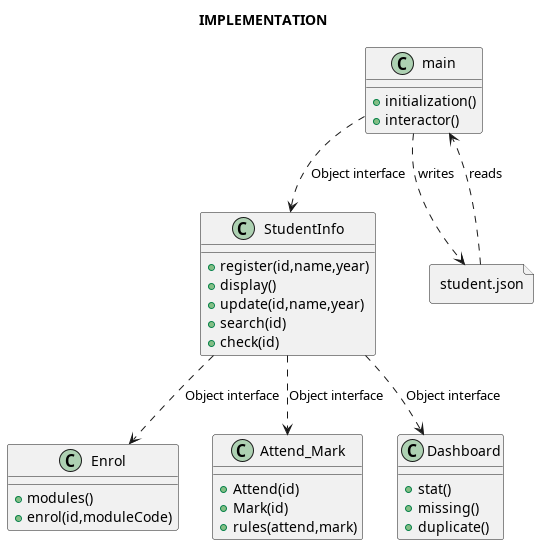
Earlier version of the PlantUML export doc/structure.png (WeiZheng-G/UniversityManagementSystem).
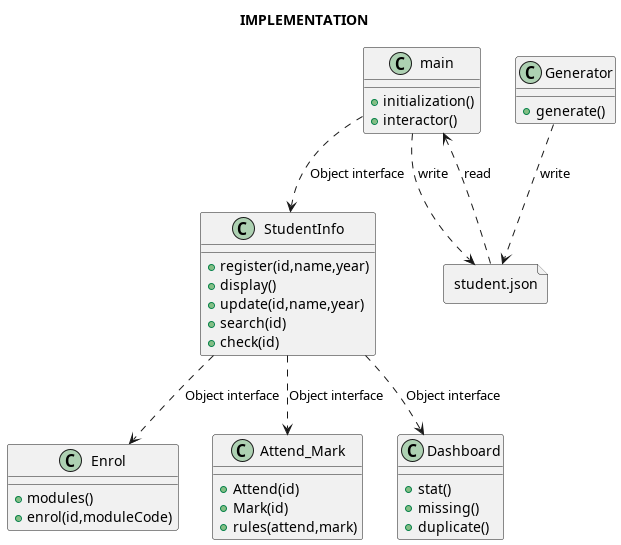
After the change.

The edit, as a diff of the source:
```diff
@@ -26,12 +26,16 @@
     +missing()
     +duplicate()
 }
+class Generator{
+    +generate()
+}
 
 main ..> StudentInfo : Object interface
 StudentInfo ..> Enrol: Object interface
 StudentInfo ..> Attend_Mark: Object interface
 StudentInfo ..> Dashboard: Object interface
 file "student.json" as JSON
-JSON ..> main : reads
-main ..> JSON : writes
+JSON ..> main : read
+main ..> JSON : write
+Generator ..> JSON : write
 @enduml
```
